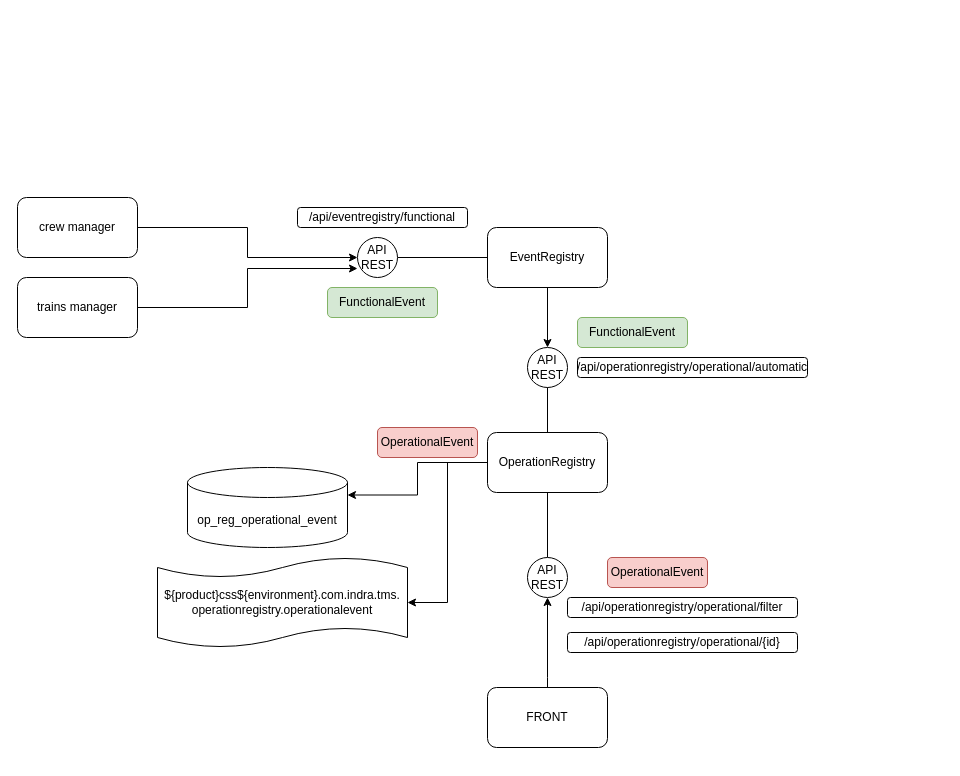
Earlier version of the draw.io diagram page "Página-23" (23 of 23) of TMS_FEC_SIEMENS.drawio (jeongon/DIAGRAMAS_TMS). Source tidied: cells renumbered, new cells numbered last; positions are measured from the earlier drawing's top-left corner, leaving out a move shared by most shapes. Both pictures are drawn from the tidied source at 100%, with x=0, y=0 at pixel (17, 197).
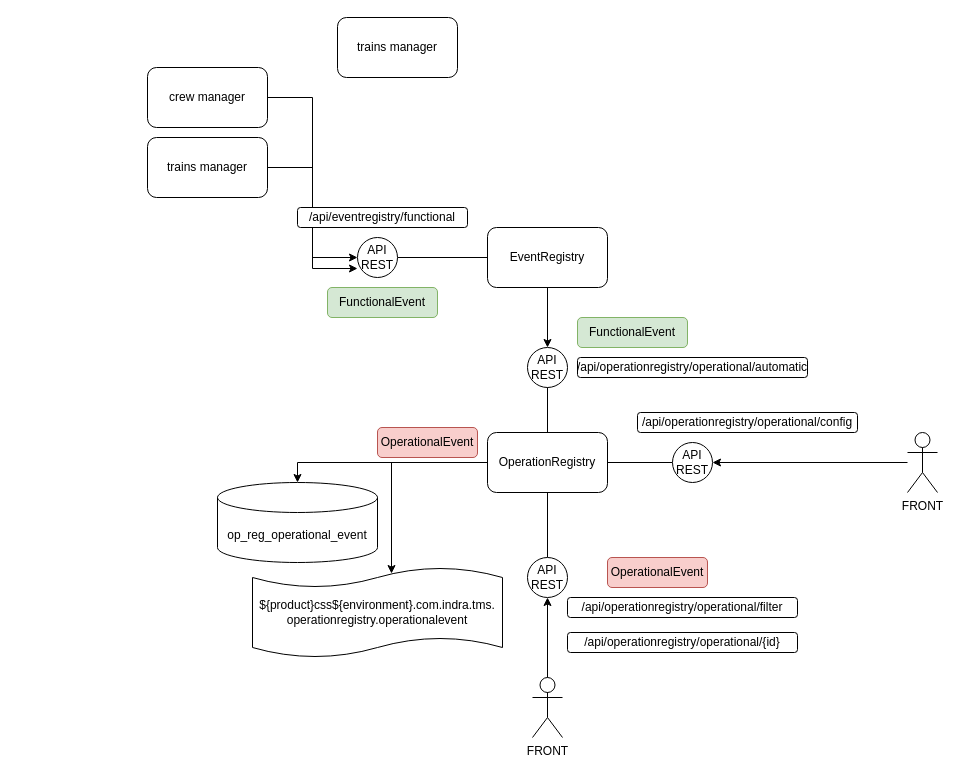
Above is the later version.

Unchanged cells that the change refers to:
```xml
<mxCell id="12" value="OperationRegistry" style="rounded=1;whiteSpace=wrap;html=1;" parent="1" vertex="1">
  <mxGeometry x="470" y="235" width="120" height="60" as="geometry" />
</mxCell>
<mxCell id="15" value="API REST" style="ellipse;whiteSpace=wrap;html=1;" parent="1" vertex="1">
  <mxGeometry x="510" y="360" width="40" height="40" as="geometry" />
</mxCell>
```

The edit, as a diff of the source:
```diff
@@
     <mxCell id="3" value="crew manager" style="rounded=1;whiteSpace=wrap;html=1;" parent="1" vertex="1">
-      <mxGeometry width="120" height="60" as="geometry" />
+      <mxGeometry x="130" y="-130" width="120" height="60" as="geometry" />
     </mxCell>
@@
     <mxCell id="5" value="trains manager" style="rounded=1;whiteSpace=wrap;html=1;" parent="1" vertex="1">
-      <mxGeometry y="80" width="120" height="60" as="geometry" />
+      <mxGeometry x="130" y="-60" width="120" height="60" as="geometry" />
     </mxCell>
@@
-    <mxCell id="9" style="edgeStyle=orthogonalEdgeStyle;rounded=0;jettySize=auto;html=1;entryX=1;entryY=0.5;entryDx=0;entryDy=0;entryPerimeter=0;" parent="1" edge="1" source="12" target="14">
-      <mxGeometry relative="1" as="geometry" />
+    <mxCell id="9" style="edgeStyle=orthogonalEdgeStyle;rounded=0;jettySize=auto;html=1;entryX=0.556;entryY=0.067;entryDx=0;entryDy=0;entryPerimeter=0;" parent="1" edge="1" source="12" target="14">
+      <mxGeometry relative="1" as="geometry">
+        <Array as="points">
+          <mxPoint x="374" y="265" />
+        </Array>
+      </mxGeometry>
     </mxCell>
@@
-    <mxCell id="11" style="edgeStyle=orthogonalEdgeStyle;rounded=0;jettySize=auto;html=1;entryX=1;entryY=0;entryDx=0;entryDy=27.5;entryPerimeter=0;" parent="1" edge="1" source="12" target="13">
+    <mxCell id="11" style="edgeStyle=orthogonalEdgeStyle;rounded=0;jettySize=auto;html=1;entryX=0.5;entryY=0;entryDx=0;entryDy=0;entryPerimeter=0;" parent="1" edge="1" source="12" target="13">
       <mxGeometry relative="1" as="geometry" />
     </mxCell>
+    <mxCell id="29" style="edgeStyle=orthogonalEdgeStyle;rounded=0;jettySize=auto;html=1;entryX=0;entryY=0.5;entryDx=0;entryDy=0;strokeColor=default;endArrow=none;endFill=0;" parent="1" edge="1" source="12" target="31">
+      <mxGeometry relative="1" as="geometry" />
+    </mxCell>
@@
     <mxCell id="13" value="op_reg_operational_event" style="shape=cylinder3;whiteSpace=wrap;html=1;boundedLbl=1;backgroundOutline=1;size=15;" parent="1" vertex="1">
-      <mxGeometry x="170" y="270" width="160" height="80" as="geometry" />
+      <mxGeometry x="200" y="285" width="160" height="80" as="geometry" />
     </mxCell>
     <mxCell id="14" value="${product}css${environment}.com.indra.tms.&lt;br&gt;operationregistry.operationalevent" style="shape=tape;whiteSpace=wrap;html=1;size=0.2222222222222222;" parent="1" vertex="1">
-      <mxGeometry x="140" y="360" width="250" height="90" as="geometry" />
+      <mxGeometry x="235" y="370" width="250" height="90" as="geometry" />
     </mxCell>
@@
-    <mxCell id="16" style="edgeStyle=orthogonalEdgeStyle;rounded=0;jettySize=auto;html=1;" parent="1" edge="1" source="17" target="15">
-      <mxGeometry relative="1" as="geometry">
-        <Array as="points">
-          <mxPoint x="530" y="480" />
-          <mxPoint x="530" y="480" />
-        </Array>
-      </mxGeometry>
+    <mxCell id="16" style="edgeStyle=orthogonalEdgeStyle;rounded=0;jettySize=auto;html=1;exitX=0.5;exitY=0.333;exitDx=0;exitDy=0;exitPerimeter=0;" parent="1" edge="1" source="35" target="15">
+      <mxGeometry relative="1" as="geometry" />
     </mxCell>
-    <mxCell id="17" value="FRONT" style="rounded=1;whiteSpace=wrap;html=1;" parent="1" vertex="1">
-      <mxGeometry x="470" y="490" width="120" height="60" as="geometry" />
-    </mxCell>
@@
+    <mxCell id="30" value="trains manager" style="rounded=1;whiteSpace=wrap;html=1;" parent="1" vertex="1">
+      <mxGeometry x="320" y="-180" width="120" height="60" as="geometry" />
+    </mxCell>
+    <mxCell id="31" value="API REST" style="ellipse;whiteSpace=wrap;html=1;" parent="1" vertex="1">
+      <mxGeometry x="655" y="245" width="40" height="40" as="geometry" />
+    </mxCell>
+    <mxCell id="32" value="/api/operationregistry/operational/config" style="rounded=1;whiteSpace=wrap;html=1;" parent="1" vertex="1">
+      <mxGeometry x="620" y="215" width="220" height="20" as="geometry" />
+    </mxCell>
+    <mxCell id="33" style="edgeStyle=orthogonalEdgeStyle;rounded=0;jettySize=auto;html=1;entryX=1;entryY=0.5;entryDx=0;entryDy=0;" parent="1" edge="1" source="34" target="31">
+      <mxGeometry relative="1" as="geometry" />
+    </mxCell>
+    <mxCell id="34" value="FRONT&lt;br&gt;" style="shape=umlActor;verticalLabelPosition=bottom;verticalAlign=top;html=1;outlineConnect=0;" parent="1" vertex="1">
+      <mxGeometry x="890" y="235" width="30" height="60" as="geometry" />
+    </mxCell>
+    <mxCell id="35" value="FRONT" style="shape=umlActor;verticalLabelPosition=bottom;verticalAlign=top;html=1;outlineConnect=0;" parent="1" vertex="1">
+      <mxGeometry x="515" y="480" width="30" height="60" as="geometry" />
+    </mxCell>
```
